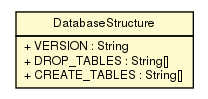
ericpinet/ConnectLife keeps this Graphviz diagram as javadoc/coreserver/com/connectlife/coreserver/config/DatabaseStructure.png. Above is the earlier version. Its source is kept beside it as javadoc/coreserver/com/connectlife/coreserver/config/DatabaseStructure.dot.
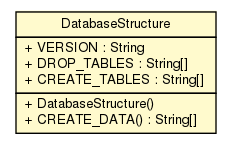
After the commit.

What changed in the source:
```diff
@@ -4,7 +4,7 @@
 	node [fontname="Helvetica",fontsize=10,shape=plaintext];
 	nodesep=0.25;
 	ranksep=0.5;
-	c2080 [label=<<table title="com.connectlife.coreserver.config.DatabaseStructure" border="0" cellborder="1" cellspacing="0" cellpadding="2" port="p" bgcolor="lemonChiffon" href="./DatabaseStructure.html">
+	c1939 [label=<<table title="com.connectlife.coreserver.config.DatabaseStructure" border="0" cellborder="1" cellspacing="0" cellpadding="2" port="p" bgcolor="lemonChiffon" href="./DatabaseStructure.html">
 		<tr><td><table border="0" cellspacing="0" cellpadding="1">
 <tr><td align="center" balign="center"> DatabaseStructure </td></tr>
 		</table></td></tr>
@@ -13,5 +13,9 @@
 <tr><td align="left" balign="left"> + DROP_TABLES : String[] </td></tr>
 <tr><td align="left" balign="left"> + CREATE_TABLES : String[] </td></tr>
 		</table></td></tr>
-		</table>>, fontname="Helvetica", fontcolor="black", fontsize=9.0];
+		<tr><td><table border="0" cellspacing="0" cellpadding="1">
+<tr><td align="left" balign="left"> + DatabaseStructure() </td></tr>
+<tr><td align="left" balign="left"> + CREATE_DATA() : String[] </td></tr>
+		</table></td></tr>
+		</table>>, fontname="Helvetica", fontcolor="black", fontsize=10.0];
 }
```
